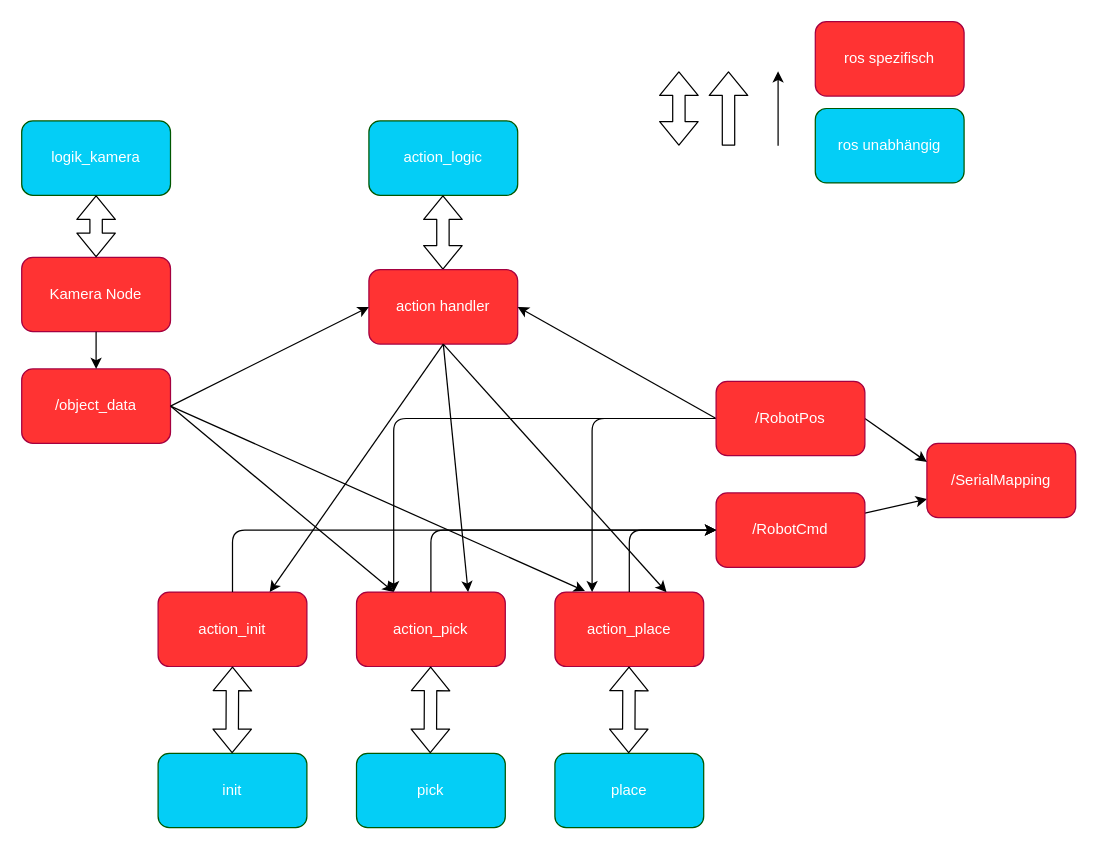
Before: SW_architecture.drawio in ibinsandig/Portal-zur-Exmatrikulation, a draw.io diagram. Source tidied: cells renumbered, new cells numbered last; positions are measured from the earlier drawing's top-left corner, leaving out a move shared by most shapes. Both pictures are drawn from the tidied source at 124%, with x=0, y=0 at pixel (21, 21).
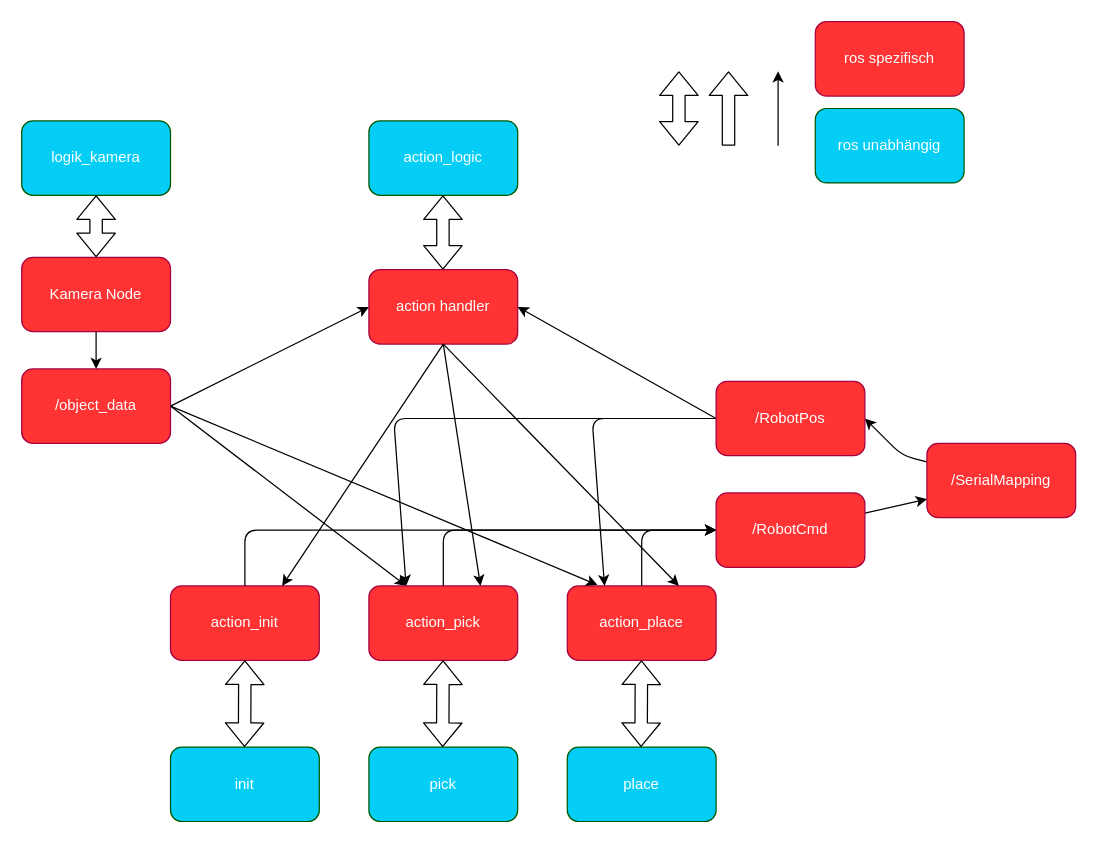
The same page after the edit.

Unchanged cells that the change refers to:
```xml
<mxCell id="7" value="/RobotCmd" style="rounded=1;whiteSpace=wrap;html=1;fillColor=#FF3333;fontColor=#ffffff;strokeColor=#A50040;" parent="1" vertex="1">
  <mxGeometry x="560" y="380" width="120" height="60" as="geometry" />
</mxCell>
<mxCell id="9" value="/SerialMapping" style="rounded=1;whiteSpace=wrap;html=1;fillColor=#FF3333;fontColor=#ffffff;strokeColor=#A50040;" parent="1" vertex="1">
  <mxGeometry x="730" y="340" width="120" height="60" as="geometry" />
</mxCell>
<mxCell id="40" value="/RobotPos" style="rounded=1;whiteSpace=wrap;html=1;fillColor=#FF3333;fontColor=#ffffff;strokeColor=#A50040;" parent="1" vertex="1">
  <mxGeometry x="560" y="290" width="120" height="60" as="geometry" />
</mxCell>
```

Change to the diagram source:
```diff
@@
+    <mxCell id="41" style="edgeStyle=none;html=1;exitX=0;exitY=0.25;exitDx=0;exitDy=0;entryX=1;entryY=0.5;entryDx=0;entryDy=0;" parent="1" edge="1" source="9" target="40">
+      <mxGeometry relative="1" as="geometry">
+        <Array as="points">
+          <mxPoint x="710" y="350" />
+        </Array>
+      </mxGeometry>
+    </mxCell>
@@
     <mxCell id="13" value="pick" style="rounded=1;whiteSpace=wrap;html=1;fillColor=light-dark(#04cef6, #43ba43);fontColor=#ffffff;strokeColor=#005700;" parent="1" vertex="1">
-      <mxGeometry x="270" y="590" width="120" height="60" as="geometry" />
+      <mxGeometry x="280" y="585" width="120" height="60" as="geometry" />
     </mxCell>
     <mxCell id="14" value="place" style="rounded=1;whiteSpace=wrap;html=1;fillColor=light-dark(#04cef6, #43ba43);fontColor=#ffffff;strokeColor=#005700;" parent="1" vertex="1">
-      <mxGeometry x="430" y="590" width="120" height="60" as="geometry" />
+      <mxGeometry x="440" y="585" width="120" height="60" as="geometry" />
     </mxCell>
     <mxCell id="15" value="init" style="rounded=1;whiteSpace=wrap;html=1;fillColor=light-dark(#04cef6, #43ba43);fontColor=#ffffff;strokeColor=#005700;" parent="1" vertex="1">
-      <mxGeometry x="110" y="590" width="120" height="60" as="geometry" />
+      <mxGeometry x="120" y="585" width="120" height="60" as="geometry" />
     </mxCell>
     <mxCell id="16" value="action_init" style="rounded=1;whiteSpace=wrap;html=1;fillColor=#FF3333;fontColor=#ffffff;strokeColor=#A50040;" parent="1" vertex="1">
-      <mxGeometry x="110" y="460" width="120" height="60" as="geometry" />
+      <mxGeometry x="120" y="455" width="120" height="60" as="geometry" />
     </mxCell>
     <mxCell id="17" value="action_pick" style="rounded=1;whiteSpace=wrap;html=1;fillColor=#FF3333;fontColor=#ffffff;strokeColor=#A50040;" parent="1" vertex="1">
-      <mxGeometry x="270" y="460" width="120" height="60" as="geometry" />
+      <mxGeometry x="280" y="455" width="120" height="60" as="geometry" />
     </mxCell>
     <mxCell id="18" value="action_place" style="rounded=1;whiteSpace=wrap;html=1;fillColor=#FF3333;fontColor=#ffffff;strokeColor=#A50040;" parent="1" vertex="1">
-      <mxGeometry x="430" y="460" width="120" height="60" as="geometry" />
+      <mxGeometry x="440" y="455" width="120" height="60" as="geometry" />
     </mxCell>
@@
     <mxCell id="22" style="shape=flexArrow;endArrow=classic;startArrow=classic;html=1;entryX=0.5;entryY=1;entryDx=0;entryDy=0;" parent="1" edge="1" target="16">
       <mxGeometry relative="1" as="geometry">
-        <mxPoint x="169.7" y="590" as="sourcePoint" />
+        <mxPoint x="179.7" y="585" as="sourcePoint" />
       </mxGeometry>
     </mxCell>
     <mxCell id="23" style="endArrow=classic;html=1;exitX=0.5;exitY=0;exitDx=0;exitDy=0;entryX=0;entryY=0.5;entryDx=0;entryDy=0;" parent="1" edge="1" source="17" target="7">
       <mxGeometry relative="1" as="geometry">
         <Array as="points">
-          <mxPoint x="330" y="410" />
+          <mxPoint x="340" y="410" />
         </Array>
       </mxGeometry>
     </mxCell>
     <mxCell id="24" style="endArrow=classic;html=1;exitX=0.5;exitY=0;exitDx=0;exitDy=0;entryX=0;entryY=0.5;entryDx=0;entryDy=0;" parent="1" edge="1" source="16" target="7">
       <mxGeometry relative="1" as="geometry">
         <Array as="points">
-          <mxPoint x="170" y="410" />
+          <mxPoint x="180" y="410" />
         </Array>
       </mxGeometry>
     </mxCell>
     <mxCell id="25" style="endArrow=classic;html=1;entryX=0;entryY=0.5;entryDx=0;entryDy=0;exitX=0.5;exitY=0;exitDx=0;exitDy=0;" parent="1" edge="1" source="18" target="7">
       <mxGeometry relative="1" as="geometry">
         <Array as="points">
-          <mxPoint x="490" y="410" />
+          <mxPoint x="500" y="410" />
         </Array>
       </mxGeometry>
     </mxCell>
@@
     <mxCell id="34" style="shape=flexArrow;endArrow=classic;startArrow=classic;html=1;entryX=0.5;entryY=1;entryDx=0;entryDy=0;" parent="1" edge="1">
       <mxGeometry relative="1" as="geometry">
-        <mxPoint x="329.5" y="590" as="sourcePoint" />
-        <mxPoint x="329.8" y="520" as="targetPoint" />
+        <mxPoint x="339.5" y="585" as="sourcePoint" />
+        <mxPoint x="339.8" y="515" as="targetPoint" />
       </mxGeometry>
     </mxCell>
     <mxCell id="35" style="shape=flexArrow;endArrow=classic;startArrow=classic;html=1;entryX=0.5;entryY=1;entryDx=0;entryDy=0;" parent="1" edge="1">
       <mxGeometry relative="1" as="geometry">
-        <mxPoint x="489.5" y="590" as="sourcePoint" />
-        <mxPoint x="489.8" y="520" as="targetPoint" />
+        <mxPoint x="499.5" y="585" as="sourcePoint" />
+        <mxPoint x="499.8" y="515" as="targetPoint" />
       </mxGeometry>
     </mxCell>
@@
-    <mxCell id="39" style="edgeStyle=none;html=1;exitX=1;exitY=0.5;exitDx=0;exitDy=0;entryX=0;entryY=0.25;entryDx=0;entryDy=0;" parent="1" edge="1" source="40" target="9">
-      <mxGeometry relative="1" as="geometry" />
-    </mxCell>
```
